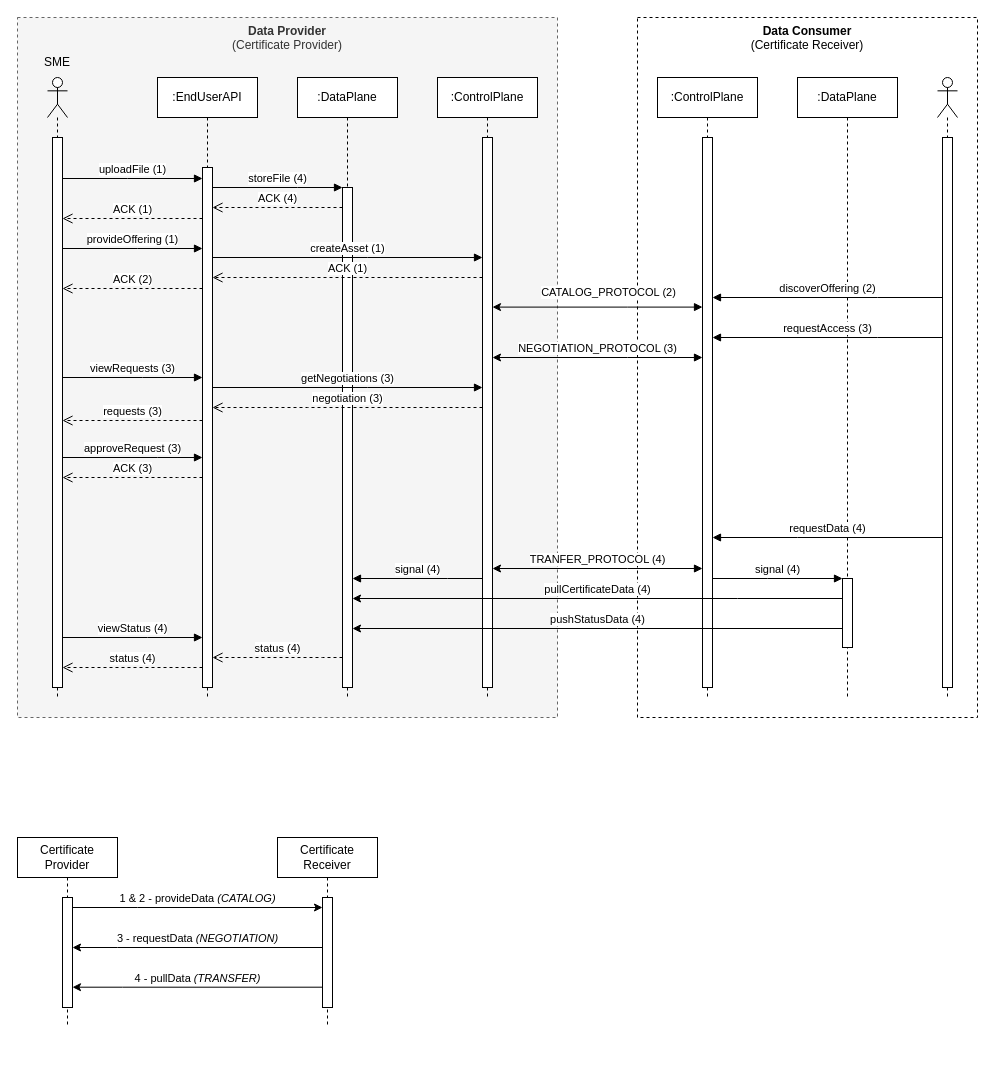
Earlier version of the draw.io diagram page "scenario-pull" (2 of 4) of docs/files/figs/diagrams.drawio (FraunhoferISST/End-User-API). Source tidied: cells renumbered, new cells numbered last; positions are measured from the earlier drawing's top-left corner, leaving out a move shared by most shapes. Both pictures are drawn from the tidied source at 100%, with x=0, y=0 at pixel (17, 17).
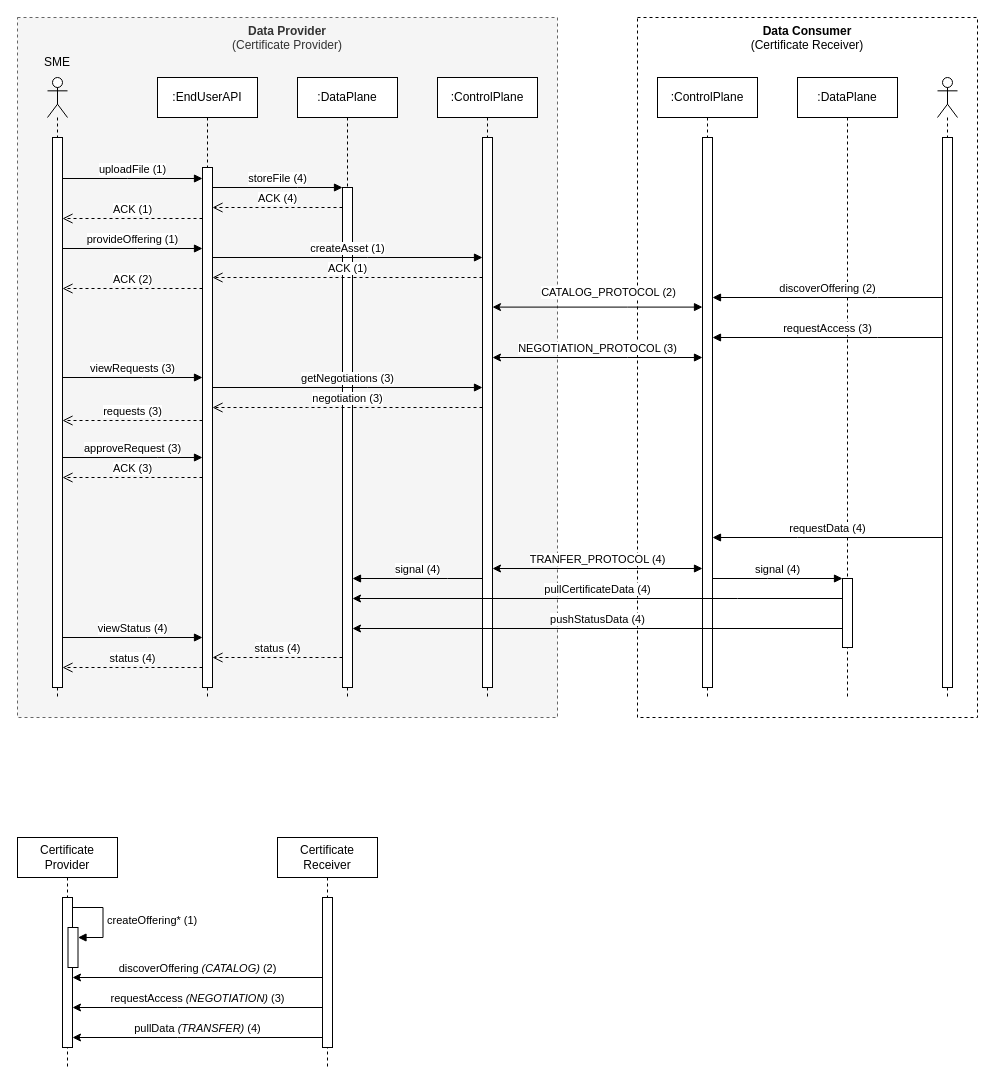
Above is the later version.

The edit, as a diff of the source:
```diff
@@
-    <mxCell id="2" value="Certificate&lt;br&gt;Provider" style="shape=umlLifeline;perimeter=lifelinePerimeter;whiteSpace=wrap;html=1;newEdgeStyle={&quot;edgeStyle&quot;:&quot;elbowEdgeStyle&quot;,&quot;elbow&quot;:&quot;vertical&quot;,&quot;curved&quot;:0,&quot;rounded&quot;:0};" parent="1" vertex="1">
-      <mxGeometry y="820" width="100" height="190" as="geometry" />
-    </mxCell>
-    <mxCell id="3" style="html=1;points=[];perimeter=orthogonalPerimeter;outlineConnect=0;targetShapes=umlLifeline;portConstraint=eastwest;newEdgeStyle={&quot;edgeStyle&quot;:&quot;elbowEdgeStyle&quot;,&quot;elbow&quot;:&quot;vertical&quot;,&quot;curved&quot;:0,&quot;rounded&quot;:0};" parent="2" vertex="1">
-      <mxGeometry x="45" y="60" width="10" height="110" as="geometry" />
-    </mxCell>
-    <mxCell id="4" value="Certificate&lt;br&gt;Receiver" style="shape=umlLifeline;perimeter=lifelinePerimeter;whiteSpace=wrap;html=1;newEdgeStyle={&quot;edgeStyle&quot;:&quot;elbowEdgeStyle&quot;,&quot;elbow&quot;:&quot;vertical&quot;,&quot;curved&quot;:0,&quot;rounded&quot;:0};" parent="1" vertex="1">
-      <mxGeometry x="260" y="820" width="100" height="190" as="geometry" />
-    </mxCell>
-    <mxCell id="5" style="html=1;points=[];perimeter=orthogonalPerimeter;outlineConnect=0;targetShapes=umlLifeline;portConstraint=eastwest;newEdgeStyle={&quot;edgeStyle&quot;:&quot;elbowEdgeStyle&quot;,&quot;elbow&quot;:&quot;vertical&quot;,&quot;curved&quot;:0,&quot;rounded&quot;:0};" parent="4" vertex="1">
-      <mxGeometry x="45" y="60" width="10" height="110" as="geometry" />
-    </mxCell>
-    <mxCell id="6" value="1 &amp;amp; 2 - provideData&amp;nbsp;&lt;i&gt;(CATALOG)&lt;/i&gt;" style="html=1;verticalAlign=bottom;endArrow=none;edgeStyle=elbowEdgeStyle;elbow=vertical;curved=0;rounded=0;startArrow=classic;startFill=1;endFill=0;" parent="1" edge="1" source="5" target="3">
-      <mxGeometry relative="1" as="geometry">
-        <Array as="points">
-          <mxPoint x="120" y="890" />
-        </Array>
-      </mxGeometry>
-    </mxCell>
-    <mxCell id="7" value="3 - requestData&amp;nbsp;&lt;i&gt;(NEGOTIATION)&lt;/i&gt;" style="html=1;verticalAlign=bottom;endArrow=none;edgeStyle=elbowEdgeStyle;elbow=vertical;curved=0;rounded=0;startArrow=classic;startFill=1;endFill=0;" parent="1" edge="1" source="3" target="5">
-      <mxGeometry relative="1" as="geometry">
-        <Array as="points">
-          <mxPoint x="100" y="930" />
-          <mxPoint x="110" y="930" />
-          <mxPoint x="70" y="950" />
-        </Array>
-      </mxGeometry>
-    </mxCell>
-    <mxCell id="8" value="4 - pullData&amp;nbsp;&lt;i&gt;(TRANSFER)&lt;/i&gt;" style="html=1;verticalAlign=bottom;endArrow=none;edgeStyle=elbowEdgeStyle;elbow=vertical;curved=0;rounded=0;startArrow=classic;startFill=1;endFill=0;" parent="1" edge="1" source="3" target="5">
-      <mxGeometry relative="1" as="geometry">
-        <Array as="points">
-          <mxPoint x="105" y="969.7" />
-          <mxPoint x="115" y="969.7" />
-          <mxPoint x="75" y="989.7" />
-        </Array>
-      </mxGeometry>
-    </mxCell>
@@
+    <mxCell id="2" value="Certificate&lt;br&gt;Provider" style="shape=umlLifeline;perimeter=lifelinePerimeter;whiteSpace=wrap;html=1;newEdgeStyle={&quot;edgeStyle&quot;:&quot;elbowEdgeStyle&quot;,&quot;elbow&quot;:&quot;vertical&quot;,&quot;curved&quot;:0,&quot;rounded&quot;:0};" parent="1" vertex="1">
+      <mxGeometry y="820" width="100" height="230" as="geometry" />
+    </mxCell>
+    <mxCell id="53" style="html=1;points=[];perimeter=orthogonalPerimeter;outlineConnect=0;targetShapes=umlLifeline;portConstraint=eastwest;newEdgeStyle={&quot;edgeStyle&quot;:&quot;elbowEdgeStyle&quot;,&quot;elbow&quot;:&quot;vertical&quot;,&quot;curved&quot;:0,&quot;rounded&quot;:0};" parent="2" vertex="1">
+      <mxGeometry x="45" y="60" width="10" height="150" as="geometry" />
+    </mxCell>
+    <mxCell id="54" style="html=1;points=[];perimeter=orthogonalPerimeter;outlineConnect=0;targetShapes=umlLifeline;portConstraint=eastwest;newEdgeStyle={&quot;edgeStyle&quot;:&quot;elbowEdgeStyle&quot;,&quot;elbow&quot;:&quot;vertical&quot;,&quot;curved&quot;:0,&quot;rounded&quot;:0};" parent="2" vertex="1">
+      <mxGeometry x="50.5" y="90" width="10" height="40" as="geometry" />
+    </mxCell>
+    <mxCell id="55" value="createOffering* (1)" style="html=1;align=left;spacingLeft=2;endArrow=block;rounded=0;edgeStyle=orthogonalEdgeStyle;curved=0;rounded=0;" parent="2" edge="1" target="54">
+      <mxGeometry relative="1" as="geometry">
+        <mxPoint x="55.5" y="70" as="sourcePoint" />
+        <Array as="points">
+          <mxPoint x="85.5" y="100" />
+        </Array>
+      </mxGeometry>
+    </mxCell>
+    <mxCell id="4" value="Certificate&lt;br&gt;Receiver" style="shape=umlLifeline;perimeter=lifelinePerimeter;whiteSpace=wrap;html=1;newEdgeStyle={&quot;edgeStyle&quot;:&quot;elbowEdgeStyle&quot;,&quot;elbow&quot;:&quot;vertical&quot;,&quot;curved&quot;:0,&quot;rounded&quot;:0};" parent="1" vertex="1">
+      <mxGeometry x="260" y="820" width="100" height="230" as="geometry" />
+    </mxCell>
+    <mxCell id="56" style="html=1;points=[];perimeter=orthogonalPerimeter;outlineConnect=0;targetShapes=umlLifeline;portConstraint=eastwest;newEdgeStyle={&quot;edgeStyle&quot;:&quot;elbowEdgeStyle&quot;,&quot;elbow&quot;:&quot;vertical&quot;,&quot;curved&quot;:0,&quot;rounded&quot;:0};" parent="4" vertex="1">
+      <mxGeometry x="45" y="60" width="10" height="150" as="geometry" />
+    </mxCell>
+    <mxCell id="57" value="discoverOffering&amp;nbsp;&lt;i&gt;(CATALOG) &lt;/i&gt;(2)" style="html=1;verticalAlign=bottom;endArrow=classic;edgeStyle=elbowEdgeStyle;elbow=vertical;curved=0;rounded=0;startArrow=none;startFill=0;endFill=1;" parent="1" edge="1" source="56" target="53">
+      <mxGeometry relative="1" as="geometry">
+        <Array as="points">
+          <mxPoint x="170" y="960" />
+          <mxPoint x="270" y="940" />
+          <mxPoint x="120" y="890" />
+        </Array>
+      </mxGeometry>
+    </mxCell>
+    <mxCell id="58" value="requestAccess&amp;nbsp;&lt;i&gt;(NEGOTIATION) &lt;/i&gt;(3)" style="html=1;verticalAlign=bottom;endArrow=none;edgeStyle=elbowEdgeStyle;elbow=vertical;curved=0;rounded=0;startArrow=classic;startFill=1;endFill=0;" parent="1" edge="1" source="53" target="56">
+      <mxGeometry relative="1" as="geometry">
+        <Array as="points">
+          <mxPoint x="160" y="990" />
+          <mxPoint x="280" y="980" />
+          <mxPoint x="100" y="930" />
+          <mxPoint x="110" y="930" />
+          <mxPoint x="70" y="950" />
+        </Array>
+      </mxGeometry>
+    </mxCell>
+    <mxCell id="59" value="pullData&amp;nbsp;&lt;i&gt;(TRANSFER)&lt;/i&gt; (4)" style="html=1;verticalAlign=bottom;endArrow=none;edgeStyle=elbowEdgeStyle;elbow=vertical;curved=0;rounded=0;startArrow=classic;startFill=1;endFill=0;" parent="1" edge="1" source="53" target="56">
+      <mxGeometry relative="1" as="geometry">
+        <Array as="points">
+          <mxPoint x="160" y="1020" />
+          <mxPoint x="270" y="1010" />
+          <mxPoint x="105" y="969.7" />
+          <mxPoint x="115" y="969.7" />
+          <mxPoint x="75" y="989.7" />
+        </Array>
+      </mxGeometry>
+    </mxCell>
```
